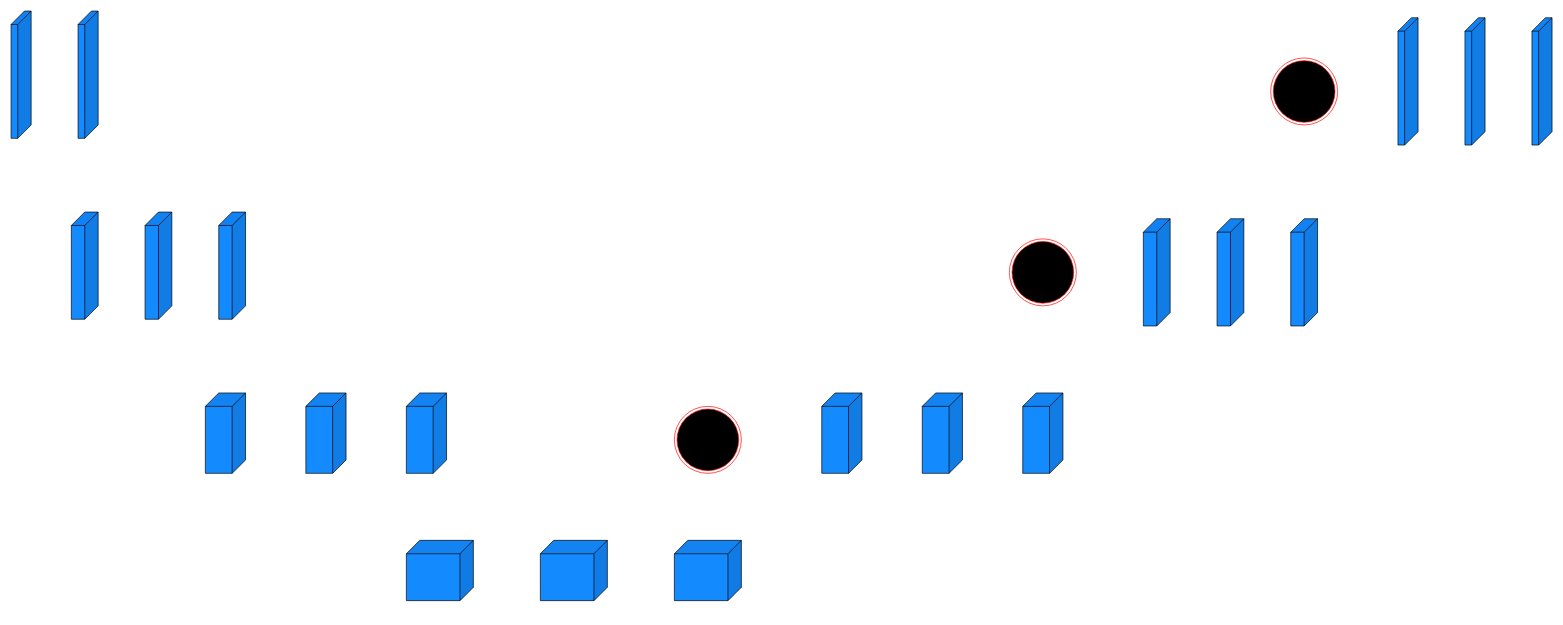
The draw.io diagram my_unet_1.drawio in AnayPanja/demo_drawing_at_draw.io, before the edit. Source tidied: cells renumbered, new cells numbered last; positions are measured from the earlier drawing's top-left corner, leaving out a move shared by most shapes. Both pictures are drawn from the tidied source at 67%, with x=0, y=0 at pixel (11, 11).
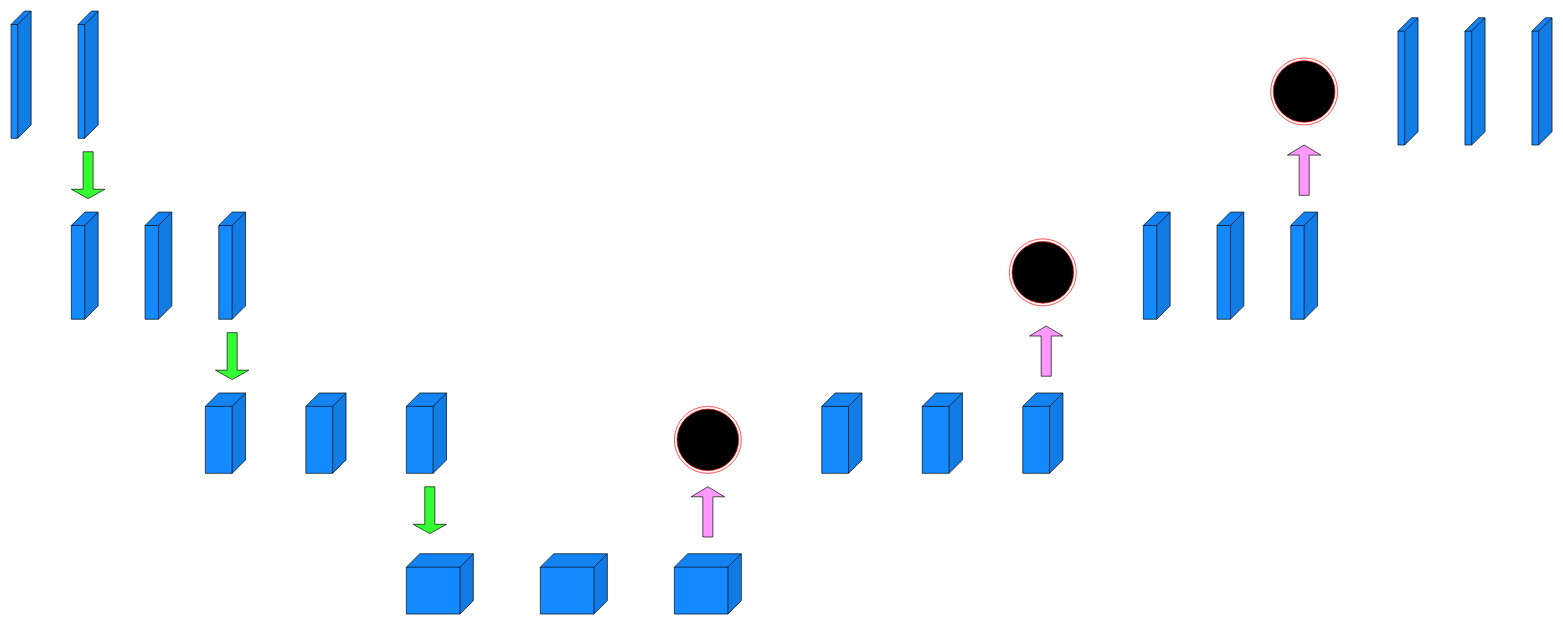
The same diagram, later.

Change to the diagram source:
```diff
@@
     <mxCell id="10" style="shape=cube;whiteSpace=wrap;html=1;boundedLbl=1;backgroundOutline=1;darkOpacity=0.05;darkOpacity2=0.1;fillColor=#148AFF;flipH=1;" parent="1" vertex="1">
-      <mxGeometry x="590" y="790" width="100" height="90" as="geometry" />
+      <mxGeometry x="590" y="810" width="100" height="90" as="geometry" />
     </mxCell>
     <mxCell id="11" style="shape=cube;whiteSpace=wrap;html=1;boundedLbl=1;backgroundOutline=1;darkOpacity=0.05;darkOpacity2=0.1;fillColor=#148AFF;flipH=1;" parent="1" vertex="1">
-      <mxGeometry x="790" y="790" width="100" height="90" as="geometry" />
+      <mxGeometry x="790" y="810" width="100" height="90" as="geometry" />
     </mxCell>
     <mxCell id="12" style="shape=cube;whiteSpace=wrap;html=1;boundedLbl=1;backgroundOutline=1;darkOpacity=0.05;darkOpacity2=0.1;fillColor=#148AFF;flipH=1;" parent="1" vertex="1">
-      <mxGeometry x="990" y="790" width="100" height="90" as="geometry" />
+      <mxGeometry x="990" y="810" width="100" height="90" as="geometry" />
     </mxCell>
@@
     <mxCell id="16" style="shape=cube;whiteSpace=wrap;html=1;boundedLbl=1;backgroundOutline=1;darkOpacity=0.05;darkOpacity2=0.1;fillColor=#148AFF;flipH=1;" parent="1" vertex="1">
-      <mxGeometry x="1690" y="310" width="40" height="160" as="geometry" />
+      <mxGeometry x="1690" y="300" width="40" height="160" as="geometry" />
     </mxCell>
     <mxCell id="17" style="shape=cube;whiteSpace=wrap;html=1;boundedLbl=1;backgroundOutline=1;darkOpacity=0.05;darkOpacity2=0.1;fillColor=#148AFF;flipH=1;" parent="1" vertex="1">
-      <mxGeometry x="1800" y="310" width="40" height="160" as="geometry" />
+      <mxGeometry x="1800" y="300" width="40" height="160" as="geometry" />
     </mxCell>
     <mxCell id="18" style="shape=cube;whiteSpace=wrap;html=1;boundedLbl=1;backgroundOutline=1;darkOpacity=0.05;darkOpacity2=0.1;fillColor=#148AFF;flipH=1;" parent="1" vertex="1">
-      <mxGeometry x="1910" y="310" width="40" height="160" as="geometry" />
+      <mxGeometry x="1910" y="300" width="40" height="160" as="geometry" />
     </mxCell>
@@
+    <mxCell id="25" style="shape=singleArrow;direction=south;whiteSpace=wrap;html=1;fillColor=#33FF33;" parent="1" vertex="1">
+      <mxGeometry x="90" y="210" width="50" height="70" as="geometry" />
+    </mxCell>
+    <mxCell id="26" style="shape=singleArrow;direction=south;whiteSpace=wrap;html=1;fillColor=#33FF33;" parent="1" vertex="1">
+      <mxGeometry x="305" y="480" width="50" height="70" as="geometry" />
+    </mxCell>
+    <mxCell id="27" style="shape=singleArrow;direction=south;whiteSpace=wrap;html=1;fillColor=#33FF33;" parent="1" vertex="1">
+      <mxGeometry x="600" y="710" width="50" height="70" as="geometry" />
+    </mxCell>
+    <mxCell id="28" style="shape=singleArrow;direction=north;whiteSpace=wrap;html=1;fillColor=#FF99FF;" parent="1" vertex="1">
+      <mxGeometry x="1015" y="710" width="50" height="75" as="geometry" />
+    </mxCell>
+    <mxCell id="29" style="shape=singleArrow;direction=north;whiteSpace=wrap;html=1;fillColor=#FF99FF;" parent="1" vertex="1">
+      <mxGeometry x="1520" y="470" width="50" height="75" as="geometry" />
+    </mxCell>
+    <mxCell id="30" style="shape=singleArrow;direction=north;whiteSpace=wrap;html=1;fillColor=#FF99FF;" parent="1" vertex="1">
+      <mxGeometry x="1905" y="200" width="50" height="75" as="geometry" />
+    </mxCell>
```
